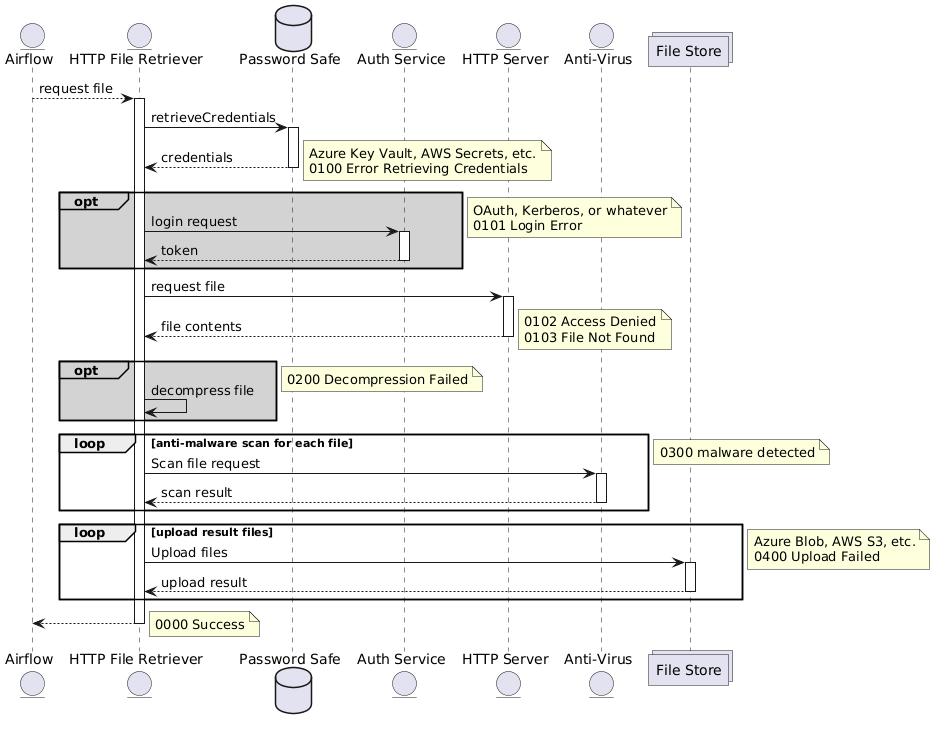
The PlantUML diagram interaction-diagram.png in perry2of5/http-file-rtrvr, before a commit.
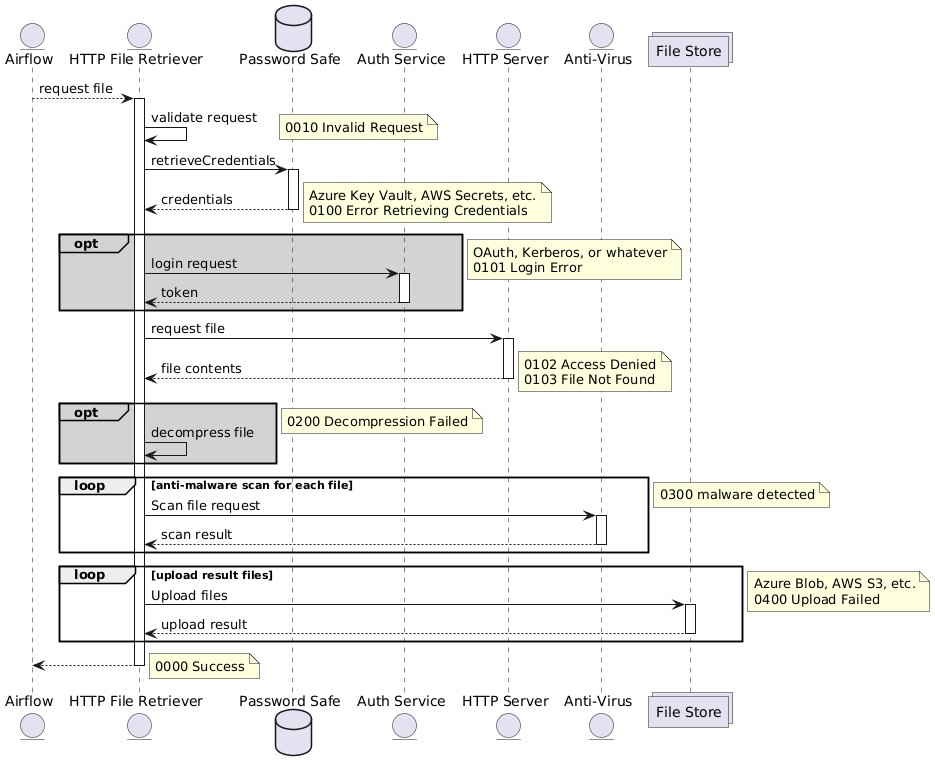
Above is the later version.

What changed in the source:
```diff
@@ -10,6 +10,10 @@
 airflow --> fileRtrvr: request file
 
 activate fileRtrvr
+
+fileRtrvr -> fileRtrvr: validate request
+note right: 0010 Invalid Request
+
 autoactivate on
 
 fileRtrvr -> credStore: retrieveCredentials
```
